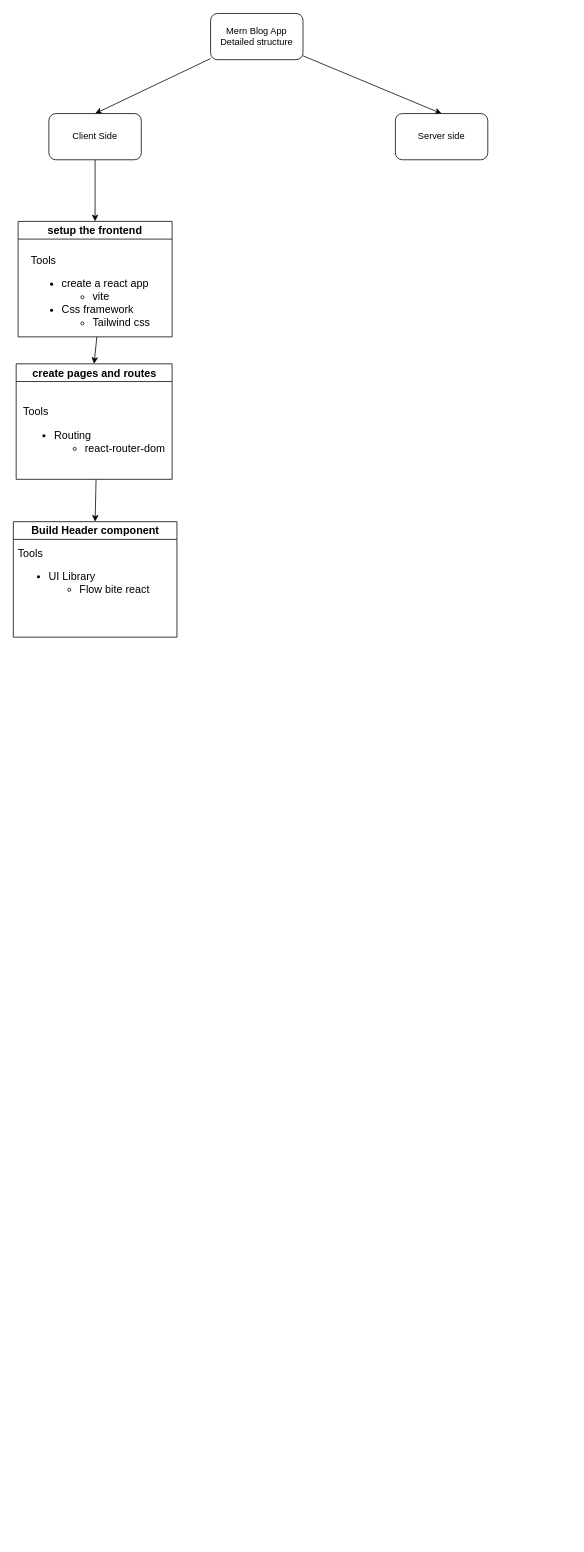
The draw.io diagram structure.drawio in Tsegazeab-dev/Habesha-Blog, before the edit. Source tidied: cells renumbered, new cells numbered last; positions are measured from the earlier drawing's top-left corner, leaving out a move shared by most shapes. Both pictures are drawn from the tidied source at 77%, with x=0, y=0 at pixel (13, 13).
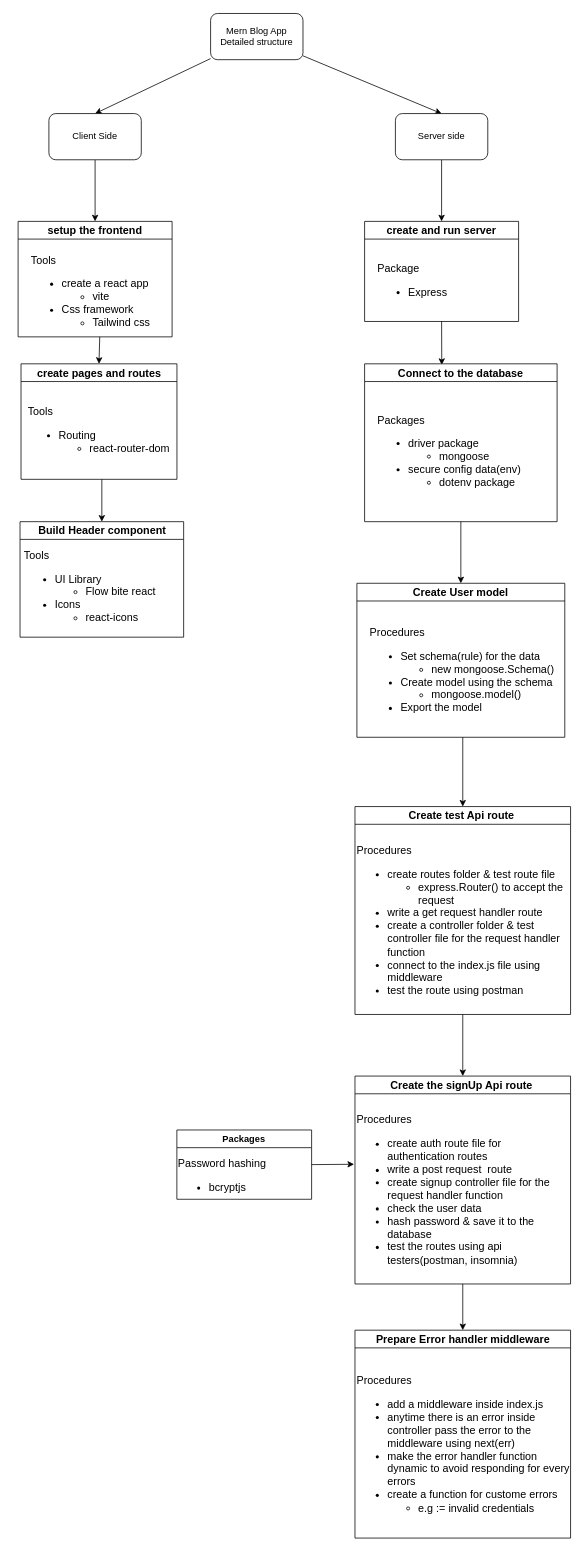
The same page after the edit.

Commit message (it also covers changes not shown here):
server created and tested

Unchanged cells that the change refers to:
```xml
<mxCell id="5" value="Server side" style="rounded=1;whiteSpace=wrap;html=1;" parent="1" vertex="1">
  <mxGeometry x="496" y="130" width="120" height="60" as="geometry" />
</mxCell>
```

The edit, as a diff of the source:
```diff
@@
+    <mxCell id="16" style="edgeStyle=none;html=1;exitX=0.5;exitY=1;exitDx=0;exitDy=0;entryX=0.5;entryY=0;entryDx=0;entryDy=0;" parent="1" edge="1" source="5" target="18">
+      <mxGeometry relative="1" as="geometry" />
+    </mxCell>
@@
     <mxCell id="10" value="create pages and routes" style="swimlane;whiteSpace=wrap;html=1;fontSize=14;" parent="1" vertex="1">
-      <mxGeometry x="3.5" y="455" width="202.5" height="150" as="geometry" />
+      <mxGeometry x="9.8" y="455" width="202.5" height="150" as="geometry" />
     </mxCell>
@@
     <mxCell id="13" value="Build Header component" style="swimlane;whiteSpace=wrap;html=1;fontSize=14;" parent="1" vertex="1">
-      <mxGeometry x="-0.2" y="660" width="212.5" height="150" as="geometry" />
+      <mxGeometry x="8.5" y="660" width="212.5" height="150" as="geometry" />
     </mxCell>
-    <mxCell id="14" value="&lt;div style=&quot;&quot;&gt;&lt;span style=&quot;background-color: initial;&quot;&gt;Tools&lt;/span&gt;&lt;/div&gt;&lt;div style=&quot;&quot;&gt;&lt;ul&gt;&lt;li&gt;UI Library&lt;/li&gt;&lt;ul&gt;&lt;li&gt;Flow bite react&lt;/li&gt;&lt;/ul&gt;&lt;/ul&gt;&lt;br&gt;&lt;/div&gt;&lt;div style=&quot;&quot;&gt;&lt;br&gt;&lt;/div&gt;" style="text;html=1;strokeColor=none;fillColor=none;align=left;verticalAlign=middle;whiteSpace=wrap;rounded=0;fontSize=14;" parent="13" vertex="1">
-      <mxGeometry x="3.8" y="40" width="206.2" height="95" as="geometry" />
+    <mxCell id="14" value="&lt;div style=&quot;&quot;&gt;&lt;span style=&quot;background-color: initial;&quot;&gt;Tools&lt;/span&gt;&lt;/div&gt;&lt;div style=&quot;&quot;&gt;&lt;ul&gt;&lt;li&gt;UI Library&lt;/li&gt;&lt;ul&gt;&lt;li&gt;Flow bite react&lt;/li&gt;&lt;/ul&gt;&lt;li&gt;Icons&lt;/li&gt;&lt;ul&gt;&lt;li&gt;react-icons&lt;/li&gt;&lt;/ul&gt;&lt;/ul&gt;&lt;br&gt;&lt;/div&gt;&lt;div style=&quot;&quot;&gt;&lt;br&gt;&lt;/div&gt;" style="text;html=1;strokeColor=none;fillColor=none;align=left;verticalAlign=middle;whiteSpace=wrap;rounded=0;fontSize=14;" parent="13" vertex="1">
+      <mxGeometry x="3.8" y="60" width="206.2" height="95" as="geometry" />
     </mxCell>
@@
+    <mxCell id="17" style="edgeStyle=none;html=1;exitX=0.5;exitY=1;exitDx=0;exitDy=0;entryX=0.401;entryY=0.007;entryDx=0;entryDy=0;entryPerimeter=0;" parent="1" edge="1" source="18" target="21">
+      <mxGeometry relative="1" as="geometry" />
+    </mxCell>
+    <mxCell id="18" value="create and run server" style="swimlane;whiteSpace=wrap;html=1;fontSize=14;" parent="1" vertex="1">
+      <mxGeometry x="456" y="270" width="200" height="130" as="geometry" />
+    </mxCell>
+    <mxCell id="19" value="&lt;div style=&quot;&quot;&gt;&lt;span style=&quot;background-color: initial;&quot;&gt;Package&lt;/span&gt;&lt;/div&gt;&lt;div style=&quot;&quot;&gt;&lt;ul&gt;&lt;li&gt;Express&lt;/li&gt;&lt;/ul&gt;&lt;/div&gt;" style="text;html=1;strokeColor=none;fillColor=none;align=left;verticalAlign=middle;whiteSpace=wrap;rounded=0;fontSize=14;" parent="18" vertex="1">
+      <mxGeometry x="15" y="45" width="165" height="75" as="geometry" />
+    </mxCell>
+    <mxCell id="20" style="edgeStyle=none;html=1;exitX=0.5;exitY=1;exitDx=0;exitDy=0;entryX=0.5;entryY=0;entryDx=0;entryDy=0;" parent="1" edge="1" source="21" target="23">
+      <mxGeometry relative="1" as="geometry" />
+    </mxCell>
+    <mxCell id="21" value="Connect to the database" style="swimlane;whiteSpace=wrap;html=1;fontSize=14;" parent="1" vertex="1">
+      <mxGeometry x="456" y="455" width="250" height="205" as="geometry" />
+    </mxCell>
+    <mxCell id="22" value="&lt;div style=&quot;&quot;&gt;Packages&lt;/div&gt;&lt;div style=&quot;&quot;&gt;&lt;ul&gt;&lt;li&gt;driver package&lt;/li&gt;&lt;ul&gt;&lt;li&gt;mongoose&lt;/li&gt;&lt;/ul&gt;&lt;li&gt;secure config data(env)&lt;/li&gt;&lt;ul&gt;&lt;li&gt;dotenv package&lt;/li&gt;&lt;/ul&gt;&lt;/ul&gt;&lt;/div&gt;" style="text;html=1;strokeColor=none;fillColor=none;align=left;verticalAlign=middle;whiteSpace=wrap;rounded=0;fontSize=14;" parent="21" vertex="1">
+      <mxGeometry x="15" y="50" width="225" height="140" as="geometry" />
+    </mxCell>
+    <mxCell id="23" value="Create User model" style="swimlane;whiteSpace=wrap;html=1;fontSize=14;" parent="1" vertex="1">
+      <mxGeometry x="446" y="740" width="270" height="200" as="geometry" />
+    </mxCell>
+    <mxCell id="24" value="&lt;div style=&quot;&quot;&gt;Procedures&lt;/div&gt;&lt;div style=&quot;&quot;&gt;&lt;ul&gt;&lt;li&gt;Set schema(rule) for the data&lt;/li&gt;&lt;ul&gt;&lt;li&gt;new mongoose.Schema()&lt;/li&gt;&lt;/ul&gt;&lt;li&gt;Create model using the schema&lt;/li&gt;&lt;ul&gt;&lt;li&gt;mongoose.model()&lt;/li&gt;&lt;/ul&gt;&lt;li&gt;Export the model&lt;/li&gt;&lt;/ul&gt;&lt;/div&gt;" style="text;html=1;strokeColor=none;fillColor=none;align=left;verticalAlign=middle;whiteSpace=wrap;rounded=0;fontSize=14;" parent="23" vertex="1">
+      <mxGeometry x="15" y="40" width="245" height="160" as="geometry" />
+    </mxCell>
+    <mxCell id="25" value="Create test Api route&amp;nbsp;" style="swimlane;whiteSpace=wrap;html=1;fontSize=14;" parent="1" vertex="1">
+      <mxGeometry x="443.5" y="1030" width="280" height="270" as="geometry" />
+    </mxCell>
+    <mxCell id="26" value="&lt;div style=&quot;&quot;&gt;Procedures&lt;/div&gt;&lt;div style=&quot;&quot;&gt;&lt;ul&gt;&lt;li&gt;create routes folder &amp;amp; test route file&lt;/li&gt;&lt;ul&gt;&lt;li&gt;express.Router() to accept the request&lt;/li&gt;&lt;/ul&gt;&lt;li&gt;write a get request handler route&lt;/li&gt;&lt;li&gt;create a controller folder &amp;amp; test controller file for the request handler function&lt;/li&gt;&lt;li&gt;connect to the index.js file using middleware&lt;/li&gt;&lt;li&gt;test the route using postman&lt;/li&gt;&lt;/ul&gt;&lt;/div&gt;" style="text;html=1;strokeColor=none;fillColor=none;align=left;verticalAlign=middle;whiteSpace=wrap;rounded=0;fontSize=14;" parent="25" vertex="1">
+      <mxGeometry y="40" width="280" height="230" as="geometry" />
+    </mxCell>
+    <mxCell id="27" style="edgeStyle=none;html=1;exitX=0.5;exitY=1;exitDx=0;exitDy=0;entryX=0.5;entryY=0;entryDx=0;entryDy=0;" parent="1" edge="1" source="24" target="25">
+      <mxGeometry relative="1" as="geometry" />
+    </mxCell>
+    <mxCell id="28" value="Create the signUp Api route&amp;nbsp;" style="swimlane;whiteSpace=wrap;html=1;fontSize=14;" parent="1" vertex="1">
+      <mxGeometry x="443.5" y="1380" width="280" height="270" as="geometry" />
+    </mxCell>
+    <mxCell id="29" value="&lt;div style=&quot;&quot;&gt;Procedures&lt;/div&gt;&lt;div style=&quot;&quot;&gt;&lt;ul&gt;&lt;li&gt;create auth route file for authentication routes&lt;/li&gt;&lt;li&gt;write a post request&amp;nbsp; route&lt;/li&gt;&lt;li&gt;create signup controller file for the request handler function&lt;/li&gt;&lt;li&gt;check the user data&amp;nbsp;&lt;/li&gt;&lt;li&gt;hash password &amp;amp; save it to the database&lt;/li&gt;&lt;li&gt;test the routes using api testers(postman, insomnia)&lt;/li&gt;&lt;/ul&gt;&lt;/div&gt;" style="text;html=1;strokeColor=none;fillColor=none;align=left;verticalAlign=middle;whiteSpace=wrap;rounded=0;fontSize=14;" parent="28" vertex="1">
+      <mxGeometry y="40" width="280" height="230" as="geometry" />
+    </mxCell>
+    <mxCell id="30" style="edgeStyle=none;html=1;exitX=0.5;exitY=1;exitDx=0;exitDy=0;entryX=0.5;entryY=0;entryDx=0;entryDy=0;" parent="1" edge="1" source="26" target="28">
+      <mxGeometry relative="1" as="geometry" />
+    </mxCell>
+    <mxCell id="31" value="Prepare Error handler middleware" style="swimlane;whiteSpace=wrap;html=1;fontSize=14;" parent="1" vertex="1">
+      <mxGeometry x="443.5" y="1710" width="280" height="270" as="geometry" />
+    </mxCell>
+    <mxCell id="32" value="&lt;div style=&quot;&quot;&gt;Procedures&lt;/div&gt;&lt;div style=&quot;&quot;&gt;&lt;ul&gt;&lt;li&gt;add a middleware inside index.js&amp;nbsp;&lt;/li&gt;&lt;li&gt;anytime there is an error inside controller pass the error to the middleware using next(err)&lt;/li&gt;&lt;li&gt;make the error handler function dynamic to avoid responding for every errors&lt;/li&gt;&lt;li&gt;create a function for custome errors&lt;/li&gt;&lt;ul&gt;&lt;li&gt;&lt;span style=&quot;background-color: initial;&quot;&gt;e.g := invalid credentials&amp;nbsp;&lt;/span&gt;&lt;/li&gt;&lt;/ul&gt;&lt;/ul&gt;&lt;/div&gt;" style="text;html=1;strokeColor=none;fillColor=none;align=left;verticalAlign=middle;whiteSpace=wrap;rounded=0;fontSize=14;" parent="31" vertex="1">
+      <mxGeometry y="40" width="280" height="230" as="geometry" />
+    </mxCell>
+    <mxCell id="33" style="edgeStyle=none;html=1;exitX=1;exitY=0.5;exitDx=0;exitDy=0;entryX=-0.004;entryY=0.324;entryDx=0;entryDy=0;entryPerimeter=0;" parent="1" edge="1" source="34" target="29">
+      <mxGeometry relative="1" as="geometry" />
+    </mxCell>
+    <mxCell id="34" value="Packages" style="swimlane;whiteSpace=wrap;html=1;" parent="1" vertex="1">
+      <mxGeometry x="212.2" y="1450" width="175" height="90" as="geometry" />
+    </mxCell>
+    <mxCell id="35" value="&lt;div style=&quot;&quot;&gt;Password hashing&lt;/div&gt;&lt;div style=&quot;&quot;&gt;&lt;ul&gt;&lt;li&gt;bcryptjs&lt;/li&gt;&lt;/ul&gt;&lt;br&gt;&lt;/div&gt;" style="text;html=1;strokeColor=none;fillColor=none;align=left;verticalAlign=middle;whiteSpace=wrap;rounded=0;fontSize=14;" parent="34" vertex="1">
+      <mxGeometry y="60" width="175" height="30" as="geometry" />
+    </mxCell>
+    <mxCell id="36" style="edgeStyle=none;html=1;exitX=0.5;exitY=1;exitDx=0;exitDy=0;entryX=0.5;entryY=0;entryDx=0;entryDy=0;" parent="1" edge="1" source="29" target="31">
+      <mxGeometry relative="1" as="geometry" />
+    </mxCell>
```
